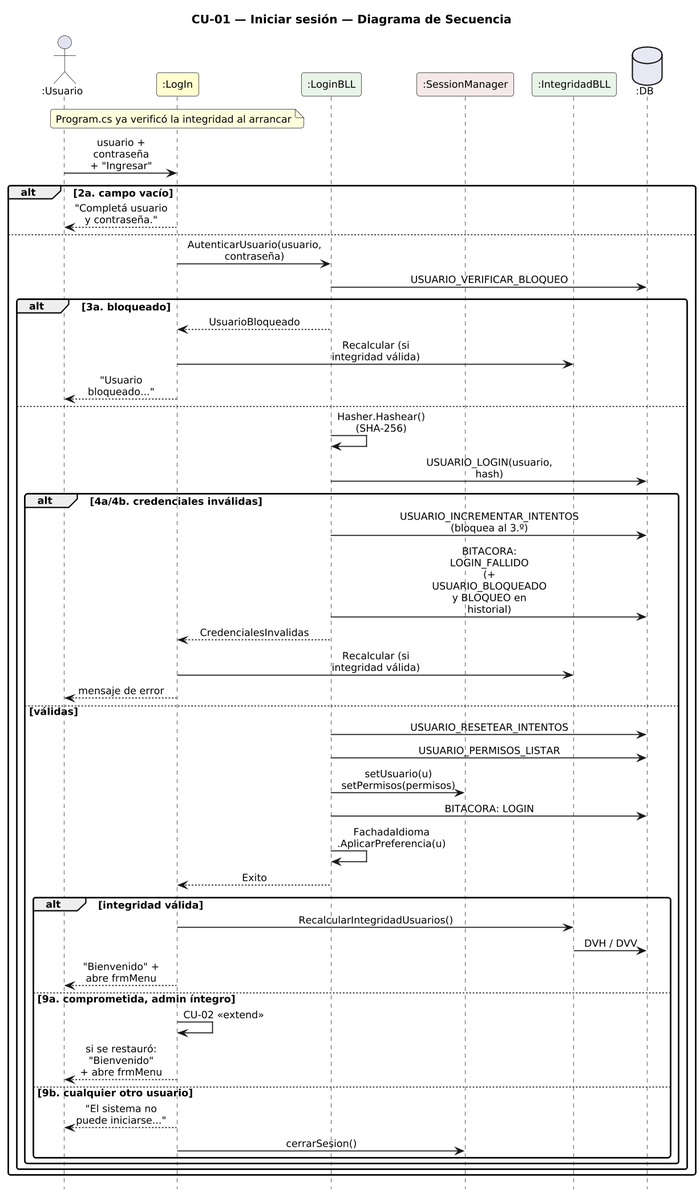
Urrels/ingenieria_software keeps this PlantUML diagram as DIAGRAMAS/DiagramaSecuencia_CU01_IniciarSesion.png. Above is the earlier version.
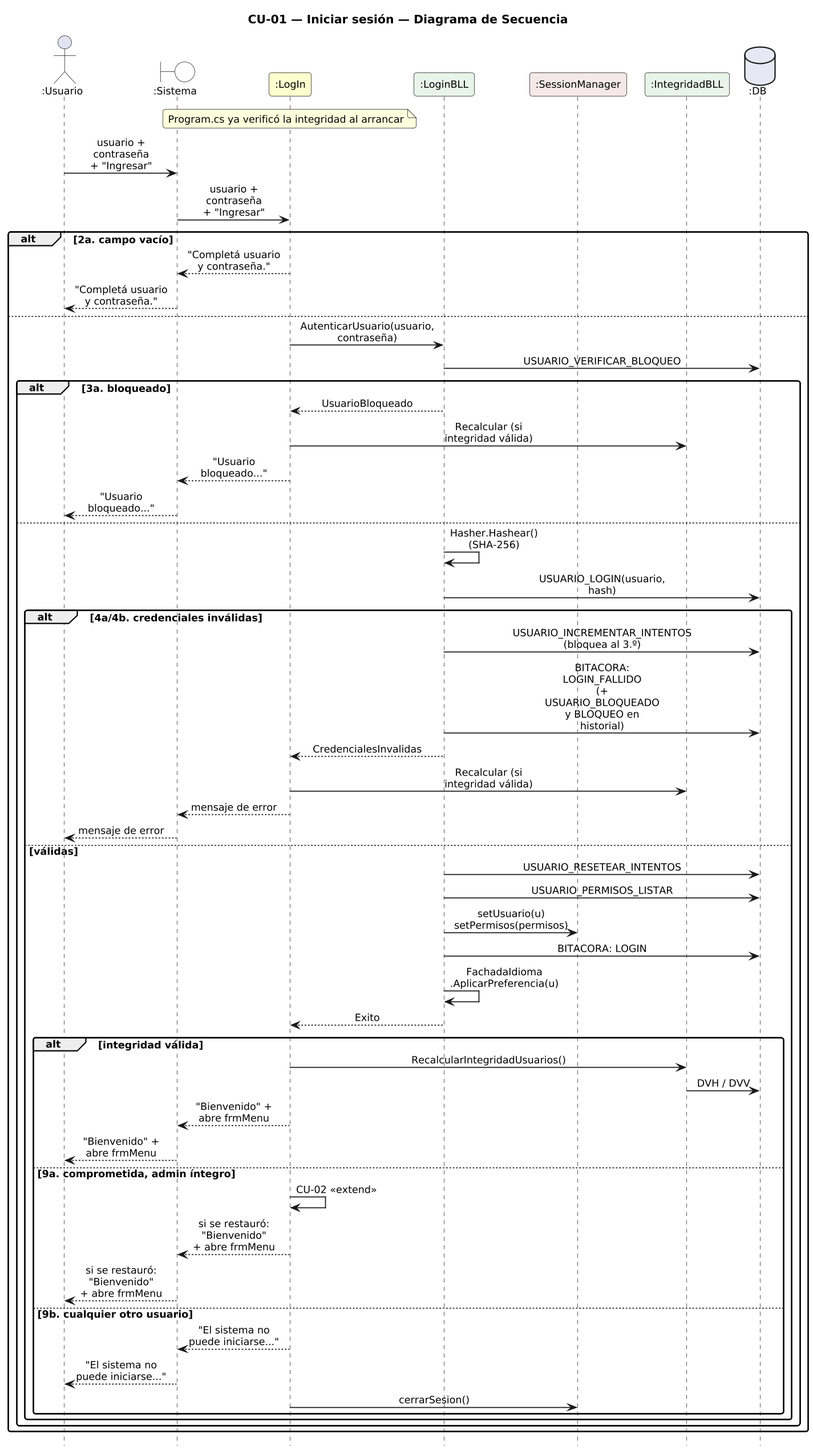
Later version of the same file.

The edit, as a diff of the source:
```diff
@@ -14,6 +14,7 @@
 hide footbox
 
 actor ":Usuario" as U
+boundary ":Sistema" as SYS #FFFFFF
 participant ":LogIn" as F #FEFECE
 participant ":LoginBLL" as L #E8F4E8
 participant ":SessionManager" as S #F4E8E8
@@ -21,16 +22,19 @@
 database ":DB" as DB #E8E8F4
 
 note over F : Program.cs ya verificó la integridad al arrancar
-U -> F : usuario + contraseña\n+ "Ingresar"
+U -> SYS : usuario + contraseña\n+ "Ingresar"
+SYS -> F : usuario + contraseña\n+ "Ingresar"
 alt 2a. campo vacío
-  F --> U : "Completá usuario y contraseña."
+  F --> SYS : "Completá usuario y contraseña."
+  SYS --> U : "Completá usuario y contraseña."
 else
   F -> L : AutenticarUsuario(usuario, contraseña)
   L -> DB : USUARIO_VERIFICAR_BLOQUEO
   alt 3a. bloqueado
     L --> F : UsuarioBloqueado
     F -> I : Recalcular (si integridad válida)
-    F --> U : "Usuario bloqueado..."
+    F --> SYS : "Usuario bloqueado..."
+    SYS --> U : "Usuario bloqueado..."
   else
     L -> L : Hasher.Hashear()\n(SHA-256)
     L -> DB : USUARIO_LOGIN(usuario, hash)
@@ -39,7 +43,8 @@
       L -> DB : BITACORA: LOGIN_FALLIDO\n(+ USUARIO_BLOQUEADO\ny BLOQUEO en historial)
       L --> F : CredencialesInvalidas
       F -> I : Recalcular (si integridad válida)
-      F --> U : mensaje de error
+      F --> SYS : mensaje de error
+      SYS --> U : mensaje de error
     else válidas
       L -> DB : USUARIO_RESETEAR_INTENTOS
       L -> DB : USUARIO_PERMISOS_LISTAR
@@ -50,12 +55,15 @@
       alt integridad válida
         F -> I : RecalcularIntegridadUsuarios()
         I -> DB : DVH / DVV
-        F --> U : "Bienvenido" + abre frmMenu
+        F --> SYS : "Bienvenido" + abre frmMenu
+        SYS --> U : "Bienvenido" + abre frmMenu
       else 9a. comprometida, admin íntegro
         F -> F : CU-02 «extend»
-        F --> U : si se restauró: "Bienvenido"\n+ abre frmMenu
+        F --> SYS : si se restauró: "Bienvenido"\n+ abre frmMenu
+        SYS --> U : si se restauró: "Bienvenido"\n+ abre frmMenu
       else 9b. cualquier otro usuario
-        F --> U : "El sistema no puede iniciarse..."
+        F --> SYS : "El sistema no puede iniciarse..."
+        SYS --> U : "El sistema no puede iniciarse..."
         F -> S : cerrarSesion()
       end
     end
```
